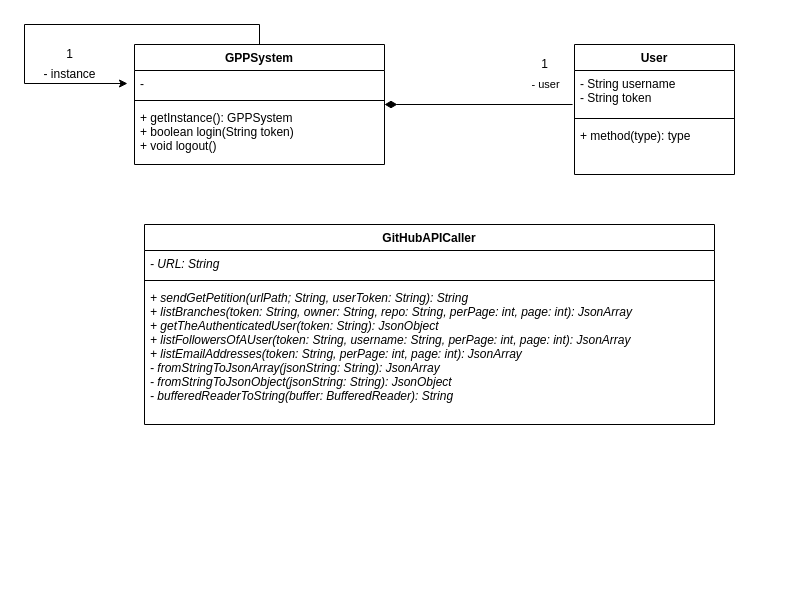
Earlier version of the draw.io diagram diagrams/GPP_diagram.drawio (AitorMelero/GitHub_Parser_Project). Source tidied: cells renumbered, new cells numbered last; positions are measured from the earlier drawing's top-left corner, leaving out a move shared by most shapes. Both pictures are drawn from the tidied source at 100%, with x=0, y=0 at pixel (24, 24).
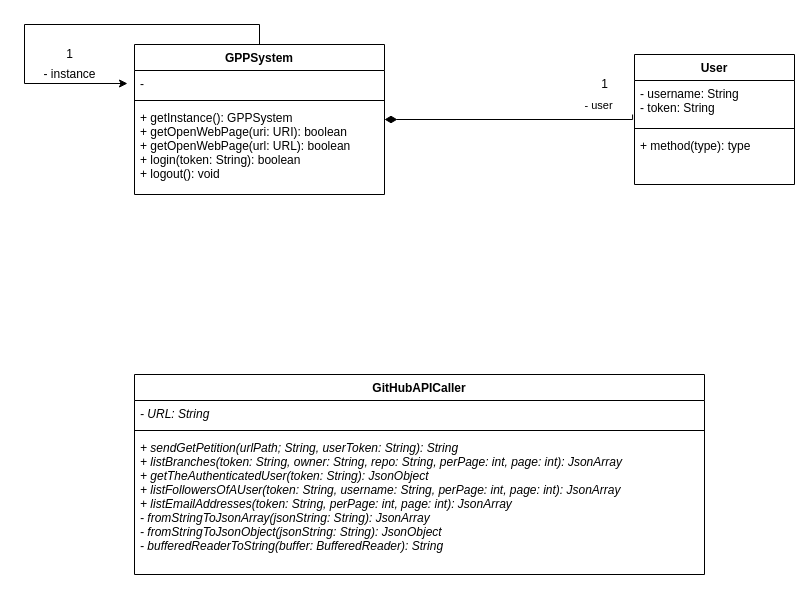
After the change.

Commit message (it also covers changes not shown here):
Add: Funcionalidad del botón de ir al navegador del login y actualización de diagramas

Change to the diagram source:
```diff
@@
     <mxCell id="2" style="edgeStyle=orthogonalEdgeStyle;rounded=0;jettySize=auto;html=1;entryX=-0.012;entryY=0.773;entryDx=0;entryDy=0;entryPerimeter=0;startArrow=diamondThin;startFill=1;endArrow=none;endFill=0;startSize=10;" parent="1" edge="1" source="4" target="10">
-      <mxGeometry relative="1" as="geometry" />
+      <mxGeometry relative="1" as="geometry">
+        <Array as="points">
+          <mxPoint x="608" y="95" />
+        </Array>
+      </mxGeometry>
     </mxCell>
     <mxCell id="3" value="- user" style="edgeLabel;html=1;align=center;verticalAlign=middle;" parent="2" vertex="1">
       <mxGeometry x="0.62" y="2" relative="1" as="geometry">
-        <mxPoint x="8" y="-19" as="offset" />
+        <mxPoint x="8" y="-13" as="offset" />
       </mxGeometry>
     </mxCell>
     <mxCell id="4" value="GPPSystem" style="swimlane;fontStyle=1;align=center;verticalAlign=top;horizontal=1;startSize=26;" parent="1" vertex="1">
-      <mxGeometry x="110" y="20" width="250" height="120" as="geometry" />
+      <mxGeometry x="110" y="20" width="250" height="150" as="geometry" />
     </mxCell>
@@
-    <mxCell id="8" value="+ getInstance(): GPPSystem&#10;+ boolean login(String token)&#10;+ void logout()" style="text;strokeColor=none;fillColor=none;align=left;verticalAlign=top;spacingLeft=4;spacingRight=4;overflow=hidden;" parent="4" vertex="1">
-      <mxGeometry y="60" width="250" height="60" as="geometry" />
+    <mxCell id="8" value="+ getInstance(): GPPSystem&#10;+ getOpenWebPage(uri: URI): boolean&#10;+ getOpenWebPage(url: URL): boolean&#10;+ login(token: String): boolean&#10;+ logout(): void" style="text;strokeColor=none;fillColor=none;align=left;verticalAlign=top;spacingLeft=4;spacingRight=4;overflow=hidden;" parent="4" vertex="1">
+      <mxGeometry y="60" width="250" height="90" as="geometry" />
     </mxCell>
     <mxCell id="9" value="User" style="swimlane;fontStyle=1;align=center;verticalAlign=top;horizontal=1;startSize=26;" parent="1" vertex="1">
-      <mxGeometry x="550" y="20" width="160" height="130" as="geometry" />
+      <mxGeometry x="610" y="30" width="160" height="130" as="geometry" />
     </mxCell>
-    <mxCell id="10" value="- String username&#10;- String token" style="text;strokeColor=none;fillColor=none;align=left;verticalAlign=top;spacingLeft=4;spacingRight=4;overflow=hidden;points=[[0,0.5],[1,0.5]];portConstraint=eastwest;" parent="9" vertex="1">
+    <mxCell id="10" value="- username: String&#10;- token: String" style="text;strokeColor=none;fillColor=none;align=left;verticalAlign=top;spacingLeft=4;spacingRight=4;overflow=hidden;points=[[0,0.5],[1,0.5]];portConstraint=eastwest;" parent="9" vertex="1">
       <mxGeometry y="26" width="160" height="44" as="geometry" />
     </mxCell>
@@
     <mxCell id="13" value="1" style="text;html=1;align=center;verticalAlign=middle;strokeColor=none;fillColor=none;" parent="1" vertex="1">
-      <mxGeometry x="510" y="30" width="20" height="20" as="geometry" />
+      <mxGeometry x="570" y="50" width="20" height="20" as="geometry" />
     </mxCell>
@@
     <mxCell id="16" value="GitHubAPICaller" style="swimlane;fontStyle=1;align=center;verticalAlign=top;horizontal=1;startSize=26;" parent="1" vertex="1">
-      <mxGeometry x="120" y="200" width="570" height="200" as="geometry" />
+      <mxGeometry x="110" y="350" width="570" height="200" as="geometry" />
     </mxCell>
```
